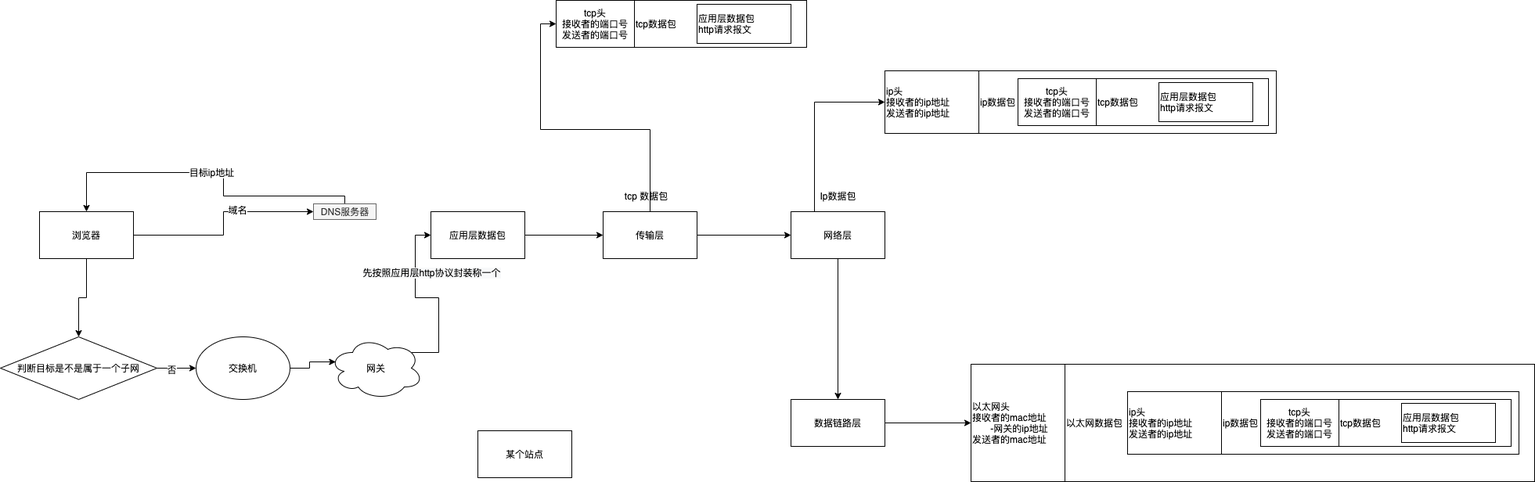
The draw.io diagram cs/request-flow.png in sivanbil/architecthure-diagram, before a commit. Source tidied: cells renumbered, new cells last; positions are measured from the earlier drawing's top-left corner, leaving out a move shared by most shapes.
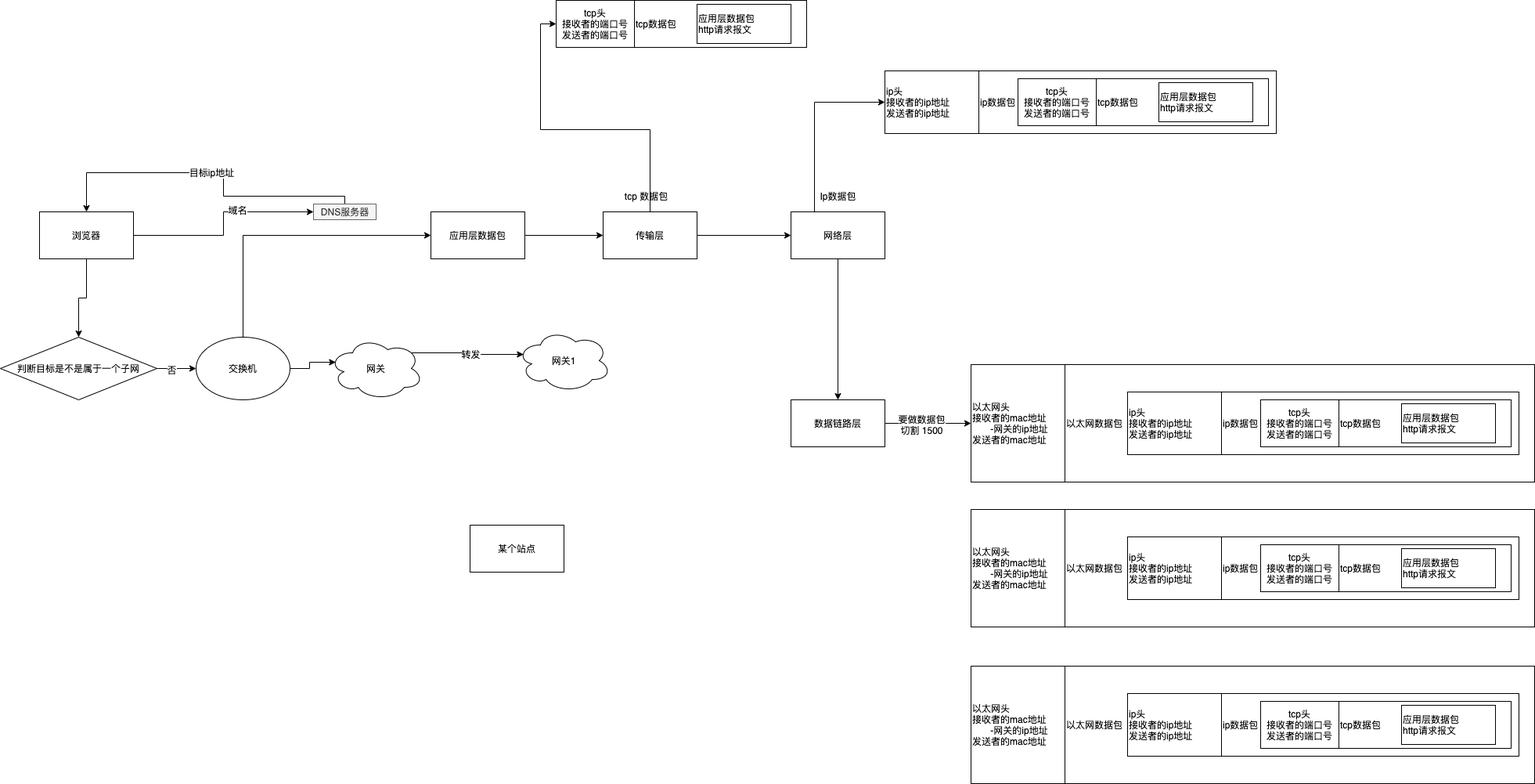
Above is the later version.

Diff of the diagram source:
```diff
@@ -15,7 +15,7 @@
       <mxGeometry x="50" y="270" width="120" height="60" as="geometry" />
     </mxCell>
     <mxCell id="6" value="某个站点" style="rounded=0;whiteSpace=wrap;html=1;" parent="1" vertex="1">
-      <mxGeometry x="610" y="550" width="120" height="60" as="geometry" />
+      <mxGeometry x="600" y="670" width="120" height="60" as="geometry" />
     </mxCell>
     <mxCell id="7" value="目标ip地址" style="edgeStyle=orthogonalEdgeStyle;rounded=0;jettySize=auto;html=1;entryX=0.5;entryY=0;entryDx=0;entryDy=0;" parent="1" edge="1" source="8" target="5">
       <mxGeometry relative="1" as="geometry">
@@ -42,17 +42,18 @@
     <mxCell id="12" style="edgeStyle=orthogonalEdgeStyle;rounded=0;jettySize=auto;html=1;exitX=1;exitY=0.5;exitDx=0;exitDy=0;entryX=0.07;entryY=0.4;entryDx=0;entryDy=0;entryPerimeter=0;" parent="1" edge="1" source="13" target="16">
       <mxGeometry relative="1" as="geometry" />
     </mxCell>
+    <mxCell id="44" style="edgeStyle=orthogonalEdgeStyle;rounded=0;jettySize=auto;html=1;exitX=0.5;exitY=0;exitDx=0;exitDy=0;entryX=0;entryY=0.5;entryDx=0;entryDy=0;" parent="1" edge="1" source="13" target="18">
+      <mxGeometry relative="1" as="geometry" />
+    </mxCell>
     <mxCell id="13" value="交换机" style="ellipse;whiteSpace=wrap;html=1;" parent="1" vertex="1">
       <mxGeometry x="250" y="430" width="120" height="80" as="geometry" />
     </mxCell>
-    <mxCell id="14" style="edgeStyle=orthogonalEdgeStyle;rounded=0;jettySize=auto;html=1;exitX=0.88;exitY=0.25;exitDx=0;exitDy=0;exitPerimeter=0;entryX=0;entryY=0.5;entryDx=0;entryDy=0;" parent="1" edge="1" source="16" target="18">
-      <mxGeometry relative="1" as="geometry" />
-    </mxCell>
-    <mxCell id="15" value="&lt;span style=&quot;font-size: 12px ; background-color: rgb(248 , 249 , 250)&quot;&gt;先按照应用层http协议封装称一个&lt;/span&gt;" style="edgeLabel;html=1;align=center;verticalAlign=middle;" parent="14" vertex="1">
-      <mxGeometry x="-0.14" relative="1" as="geometry">
-        <mxPoint x="-10" y="-37" as="offset" />
-      </mxGeometry>
-    </mxCell>
+    <mxCell id="45" style="edgeStyle=orthogonalEdgeStyle;rounded=0;jettySize=auto;html=1;exitX=0.88;exitY=0.25;exitDx=0;exitDy=0;exitPerimeter=0;entryX=0.07;entryY=0.4;entryDx=0;entryDy=0;entryPerimeter=0;" parent="1" edge="1" source="16" target="62">
+      <mxGeometry relative="1" as="geometry" />
+    </mxCell>
+    <mxCell id="46" value="转发" style="edgeLabel;html=1;align=center;verticalAlign=middle;" parent="45" vertex="1">
+      <mxGeometry x="0.07" y="1" relative="1" as="geometry" />
+    </mxCell>
     <mxCell id="16" value="网关" style="ellipse;shape=cloud;whiteSpace=wrap;html=1;" parent="1" vertex="1">
       <mxGeometry x="420" y="430" width="120" height="80" as="geometry" />
     </mxCell>
@@ -113,6 +114,9 @@
     <mxCell id="35" style="edgeStyle=orthogonalEdgeStyle;rounded=0;jettySize=auto;html=1;exitX=1;exitY=0.5;exitDx=0;exitDy=0;entryX=0;entryY=0.5;entryDx=0;entryDy=0;" parent="1" edge="1" source="36" target="43">
       <mxGeometry relative="1" as="geometry" />
     </mxCell>
+    <mxCell id="47" value="要做数据包&lt;br&gt;切割 1500" style="edgeLabel;html=1;align=center;verticalAlign=middle;" parent="35" vertex="1">
+      <mxGeometry x="-0.16" y="-1" relative="1" as="geometry" />
+    </mxCell>
     <mxCell id="36" value="数据链路层" style="rounded=0;whiteSpace=wrap;html=1;" parent="1" vertex="1">
       <mxGeometry x="1010" y="510" width="120" height="60" as="geometry" />
     </mxCell>
@@ -137,5 +141,50 @@
     <mxCell id="43" value="以太网头&lt;br&gt;接收者的mac地址&lt;br&gt;&amp;nbsp; &amp;nbsp; &amp;nbsp; &amp;nbsp;-网关的ip地址&lt;br&gt;发送者的mac地址" style="rounded=0;whiteSpace=wrap;html=1;align=left;" parent="1" vertex="1">
       <mxGeometry x="1240" y="465" width="120" height="150" as="geometry" />
     </mxCell>
+    <mxCell id="48" value="以太网数据包" style="rounded=0;whiteSpace=wrap;html=1;align=left;" parent="1" vertex="1">
+      <mxGeometry x="1360" y="650" width="600" height="150" as="geometry" />
+    </mxCell>
+    <mxCell id="49" value="ip数据包&amp;nbsp;&lt;span style=&quot;color: rgba(0 , 0 , 0 , 0) ; font-family: monospace ; font-size: 0px&quot;&gt;%3CmxGraphModel%3E%3Croot%3E%3CmxCell%20id%3D%220%22%2F%3E%3CmxCell%20id%3D%221%22%20parent%3D%220%22%2F%3E%3CmxCell%20id%3D%222%22%20value%3D%22tcp%E5%A4%B4%26lt%3Bbr%26gt%3B%E6%8E%A5%E6%94%B6%E8%80%85%E7%9A%84%E7%AB%AF%E5%8F%A3%E5%8F%B7%26lt%3Bbr%26gt%3B%E5%8F%91%E9%80%81%E8%80%85%E7%9A%84%E7%AB%AF%E5%8F%A3%E5%8F%B7%22%20style%3D%22rounded%3D0%3BwhiteSpace%3Dwrap%3Bhtml%3D1%3B%22%20vertex%3D%221%22%20parent%3D%221%22%3E%3CmxGeometry%20x%3D%221100%22%20y%3D%22-80%22%20width%3D%22100%22%20height%3D%2260%22%20as%3D%22geometry%22%2F%3E%3C%2FmxCell%3E%3CmxCell%20id%3D%223%22%20value%3D%22tcp%E6%95%B0%E6%8D%AE%E5%8C%85%22%20style%3D%22rounded%3D0%3BwhiteSpace%3Dwrap%3Bhtml%3D1%3Balign%3Dleft%3B%22%20vertex%3D%221%22%20parent%3D%221%22%3E%3CmxGeometry%20x%3D%221200%22%20y%3D%22-80%22%20width%3D%22220%22%20height%3D%2260%22%20as%3D%22geometry%22%2F%3E%3C%2FmxCell%3E%3CmxCell%20id%3D%224%22%20value%3D%22%E5%BA%94%E7%94%A8%E5%B1%82%E6%95%B0%E6%8D%AE%E5%8C%85%26lt%3Bbr%26gt%3Bhttp%E8%AF%B7%E6%B1%82%E6%8A%A5%E6%96%87%22%20style%3D%22rounded%3D0%3BwhiteSpace%3Dwrap%3Bhtml%3D1%3Balign%3Dleft%3B%22%20vertex%3D%221%22%20parent%3D%221%22%3E%3CmxGeometry%20x%3D%221280%22%20y%3D%22-75%22%20width%3D%22120%22%20height%3D%2250%22%20as%3D%22geometry%22%2F%3E%3C%2FmxCell%3E%3C%2Froot%3E%3C%2FmxGraphModel%3E&lt;/span&gt;" style="rounded=0;whiteSpace=wrap;html=1;align=left;" parent="1" vertex="1">
+      <mxGeometry x="1560" y="685" width="380" height="80" as="geometry" />
+    </mxCell>
+    <mxCell id="50" value="tcp头&lt;br&gt;接收者的端口号&lt;br&gt;发送者的端口号" style="rounded=0;whiteSpace=wrap;html=1;" parent="1" vertex="1">
+      <mxGeometry x="1610" y="695" width="100" height="60" as="geometry" />
+    </mxCell>
+    <mxCell id="51" value="tcp数据包" style="rounded=0;whiteSpace=wrap;html=1;align=left;" parent="1" vertex="1">
+      <mxGeometry x="1710" y="695" width="220" height="60" as="geometry" />
+    </mxCell>
+    <mxCell id="52" value="应用层数据包&lt;br&gt;http请求报文" style="rounded=0;whiteSpace=wrap;html=1;align=left;" parent="1" vertex="1">
+      <mxGeometry x="1790" y="700" width="120" height="50" as="geometry" />
+    </mxCell>
+    <mxCell id="53" value="ip头&lt;br&gt;接收者的ip地址&lt;br&gt;发送者的ip地址" style="rounded=0;whiteSpace=wrap;html=1;align=left;" parent="1" vertex="1">
+      <mxGeometry x="1440" y="685" width="120" height="80" as="geometry" />
+    </mxCell>
+    <mxCell id="54" value="以太网头&lt;br&gt;接收者的mac地址&lt;br&gt;&amp;nbsp; &amp;nbsp; &amp;nbsp; &amp;nbsp;-网关的ip地址&lt;br&gt;发送者的mac地址" style="rounded=0;whiteSpace=wrap;html=1;align=left;" parent="1" vertex="1">
+      <mxGeometry x="1240" y="650" width="120" height="150" as="geometry" />
+    </mxCell>
+    <mxCell id="55" value="以太网数据包" style="rounded=0;whiteSpace=wrap;html=1;align=left;" parent="1" vertex="1">
+      <mxGeometry x="1360" y="850" width="600" height="150" as="geometry" />
+    </mxCell>
+    <mxCell id="56" value="ip数据包&amp;nbsp;&lt;span style=&quot;color: rgba(0 , 0 , 0 , 0) ; font-family: monospace ; font-size: 0px&quot;&gt;%3CmxGraphModel%3E%3Croot%3E%3CmxCell%20id%3D%220%22%2F%3E%3CmxCell%20id%3D%221%22%20parent%3D%220%22%2F%3E%3CmxCell%20id%3D%222%22%20value%3D%22tcp%E5%A4%B4%26lt%3Bbr%26gt%3B%E6%8E%A5%E6%94%B6%E8%80%85%E7%9A%84%E7%AB%AF%E5%8F%A3%E5%8F%B7%26lt%3Bbr%26gt%3B%E5%8F%91%E9%80%81%E8%80%85%E7%9A%84%E7%AB%AF%E5%8F%A3%E5%8F%B7%22%20style%3D%22rounded%3D0%3BwhiteSpace%3Dwrap%3Bhtml%3D1%3B%22%20vertex%3D%221%22%20parent%3D%221%22%3E%3CmxGeometry%20x%3D%221100%22%20y%3D%22-80%22%20width%3D%22100%22%20height%3D%2260%22%20as%3D%22geometry%22%2F%3E%3C%2FmxCell%3E%3CmxCell%20id%3D%223%22%20value%3D%22tcp%E6%95%B0%E6%8D%AE%E5%8C%85%22%20style%3D%22rounded%3D0%3BwhiteSpace%3Dwrap%3Bhtml%3D1%3Balign%3Dleft%3B%22%20vertex%3D%221%22%20parent%3D%221%22%3E%3CmxGeometry%20x%3D%221200%22%20y%3D%22-80%22%20width%3D%22220%22%20height%3D%2260%22%20as%3D%22geometry%22%2F%3E%3C%2FmxCell%3E%3CmxCell%20id%3D%224%22%20value%3D%22%E5%BA%94%E7%94%A8%E5%B1%82%E6%95%B0%E6%8D%AE%E5%8C%85%26lt%3Bbr%26gt%3Bhttp%E8%AF%B7%E6%B1%82%E6%8A%A5%E6%96%87%22%20style%3D%22rounded%3D0%3BwhiteSpace%3Dwrap%3Bhtml%3D1%3Balign%3Dleft%3B%22%20vertex%3D%221%22%20parent%3D%221%22%3E%3CmxGeometry%20x%3D%221280%22%20y%3D%22-75%22%20width%3D%22120%22%20height%3D%2250%22%20as%3D%22geometry%22%2F%3E%3C%2FmxCell%3E%3C%2Froot%3E%3C%2FmxGraphModel%3E&lt;/span&gt;" style="rounded=0;whiteSpace=wrap;html=1;align=left;" parent="1" vertex="1">
+      <mxGeometry x="1560" y="885" width="380" height="80" as="geometry" />
+    </mxCell>
+    <mxCell id="57" value="tcp头&lt;br&gt;接收者的端口号&lt;br&gt;发送者的端口号" style="rounded=0;whiteSpace=wrap;html=1;" parent="1" vertex="1">
+      <mxGeometry x="1610" y="895" width="100" height="60" as="geometry" />
+    </mxCell>
+    <mxCell id="58" value="tcp数据包" style="rounded=0;whiteSpace=wrap;html=1;align=left;" parent="1" vertex="1">
+      <mxGeometry x="1710" y="895" width="220" height="60" as="geometry" />
+    </mxCell>
+    <mxCell id="59" value="应用层数据包&lt;br&gt;http请求报文" style="rounded=0;whiteSpace=wrap;html=1;align=left;" parent="1" vertex="1">
+      <mxGeometry x="1790" y="900" width="120" height="50" as="geometry" />
+    </mxCell>
+    <mxCell id="60" value="ip头&lt;br&gt;接收者的ip地址&lt;br&gt;发送者的ip地址" style="rounded=0;whiteSpace=wrap;html=1;align=left;" parent="1" vertex="1">
+      <mxGeometry x="1440" y="885" width="120" height="80" as="geometry" />
+    </mxCell>
+    <mxCell id="61" value="以太网头&lt;br&gt;接收者的mac地址&lt;br&gt;&amp;nbsp; &amp;nbsp; &amp;nbsp; &amp;nbsp;-网关的ip地址&lt;br&gt;发送者的mac地址" style="rounded=0;whiteSpace=wrap;html=1;align=left;" parent="1" vertex="1">
+      <mxGeometry x="1240" y="850" width="120" height="150" as="geometry" />
+    </mxCell>
+    <mxCell id="62" value="网关1" style="ellipse;shape=cloud;whiteSpace=wrap;html=1;" parent="1" vertex="1">
+      <mxGeometry x="660" y="420" width="120" height="80" as="geometry" />
+    </mxCell>
   </root>
 </mxGraphModel>
```
